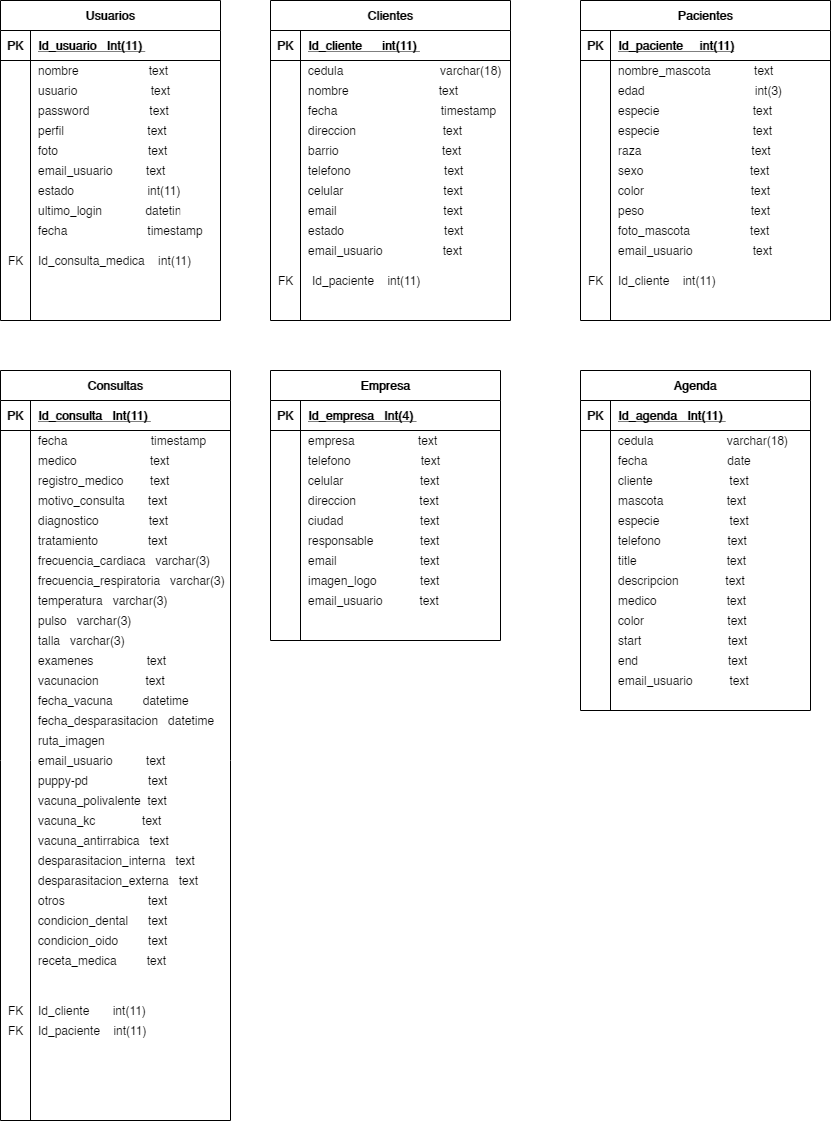
Earlier version of the draw.io export Untitled Diagram.png (heberthm/ejemplos-blog). Source tidied: cells renumbered, new cells last; positions are measured from the earlier drawing's top-left corner, leaving out a move shared by most shapes.
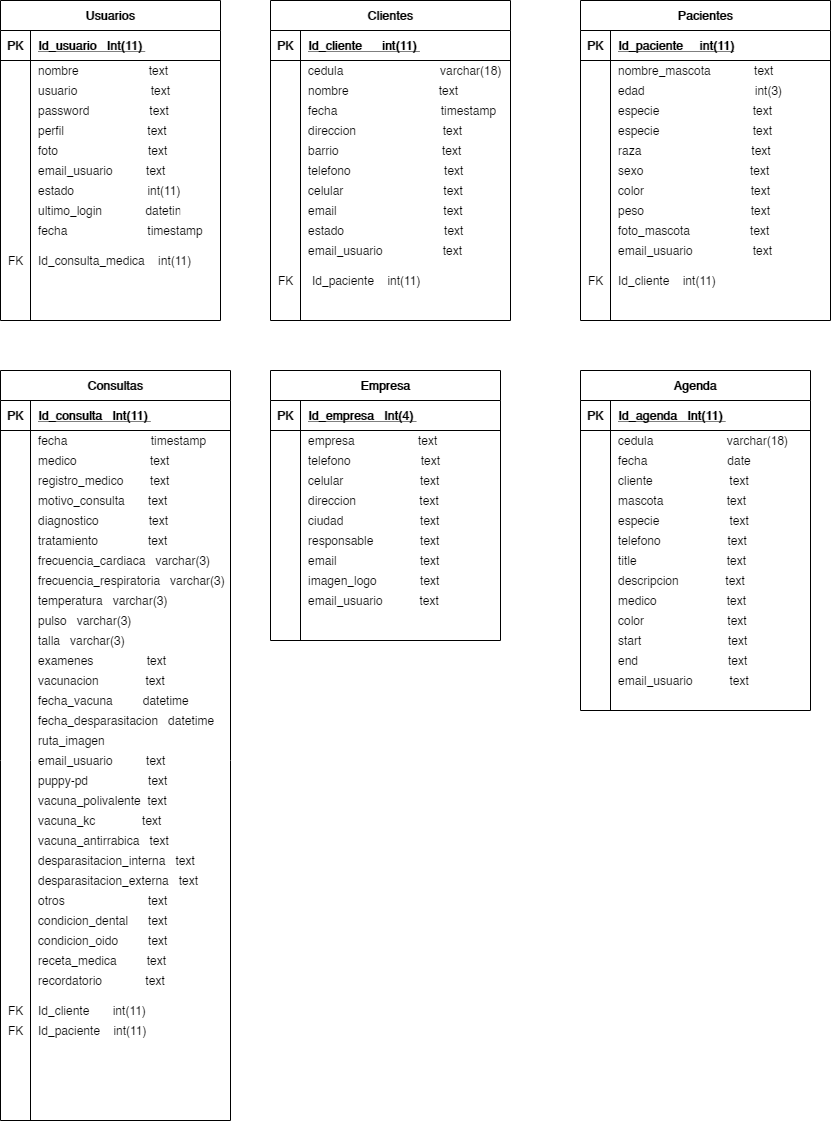
The same file after the commit.

The edit, as a diff of the source:
```diff
@@ -653,5 +653,8 @@
     <mxCell id="218" value="receta_medica         text" style="shape=partialRectangle;fillColor=none;top=0;left=0;bottom=0;right=0;align=left;spacingLeft=6;overflow=hidden;" parent="1" vertex="1">
       <mxGeometry x="30" y="950" width="200" height="20" as="geometry" />
     </mxCell>
+    <mxCell id="219" value="recordatorio             text" style="shape=partialRectangle;fillColor=none;top=0;left=0;bottom=0;right=0;align=left;spacingLeft=6;overflow=hidden;" parent="1" vertex="1">
+      <mxGeometry x="30" y="970" width="200" height="20" as="geometry" />
+    </mxCell>
   </root>
 </mxGraphModel>
```
